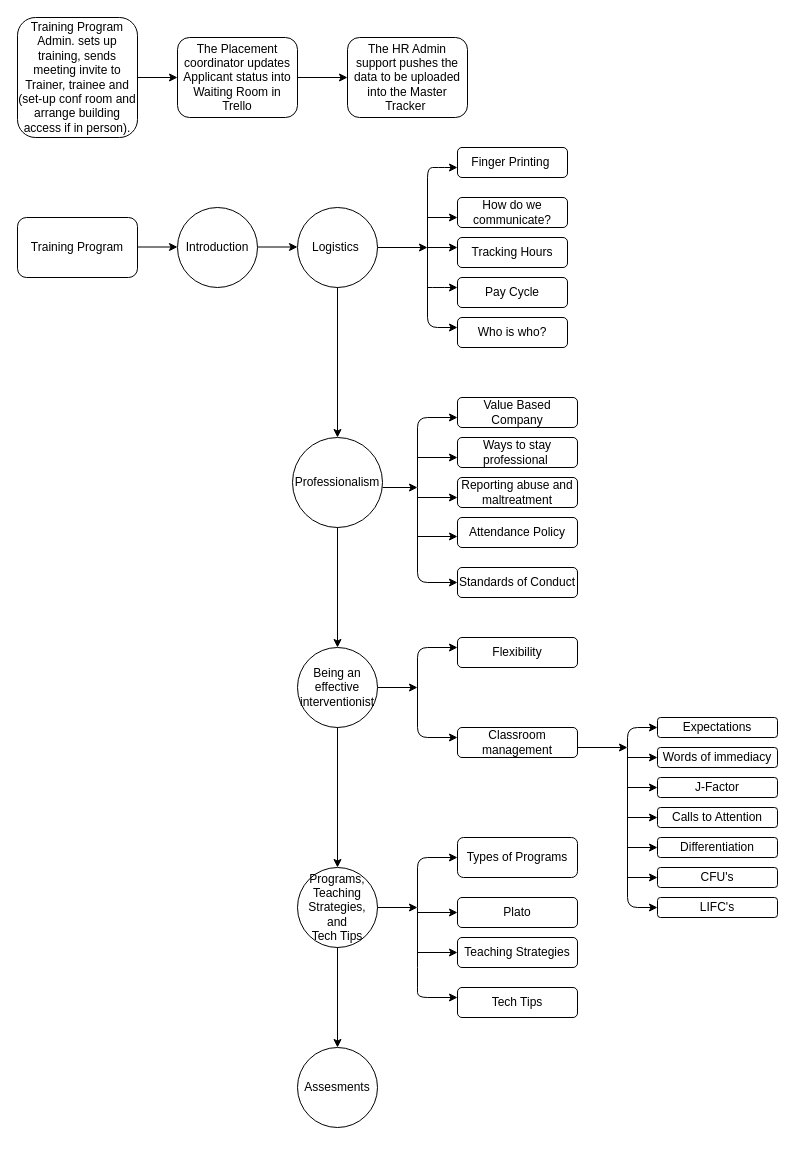
Earlier version of the draw.io diagram Training Diagram.drawio (MatzKing/share-course). Source tidied: cells renumbered, new cells numbered last; positions are measured from the earlier drawing's top-left corner, leaving out a move shared by most shapes. Both pictures are drawn from the tidied source at 100%, with x=0, y=0 at pixel (17, 17).
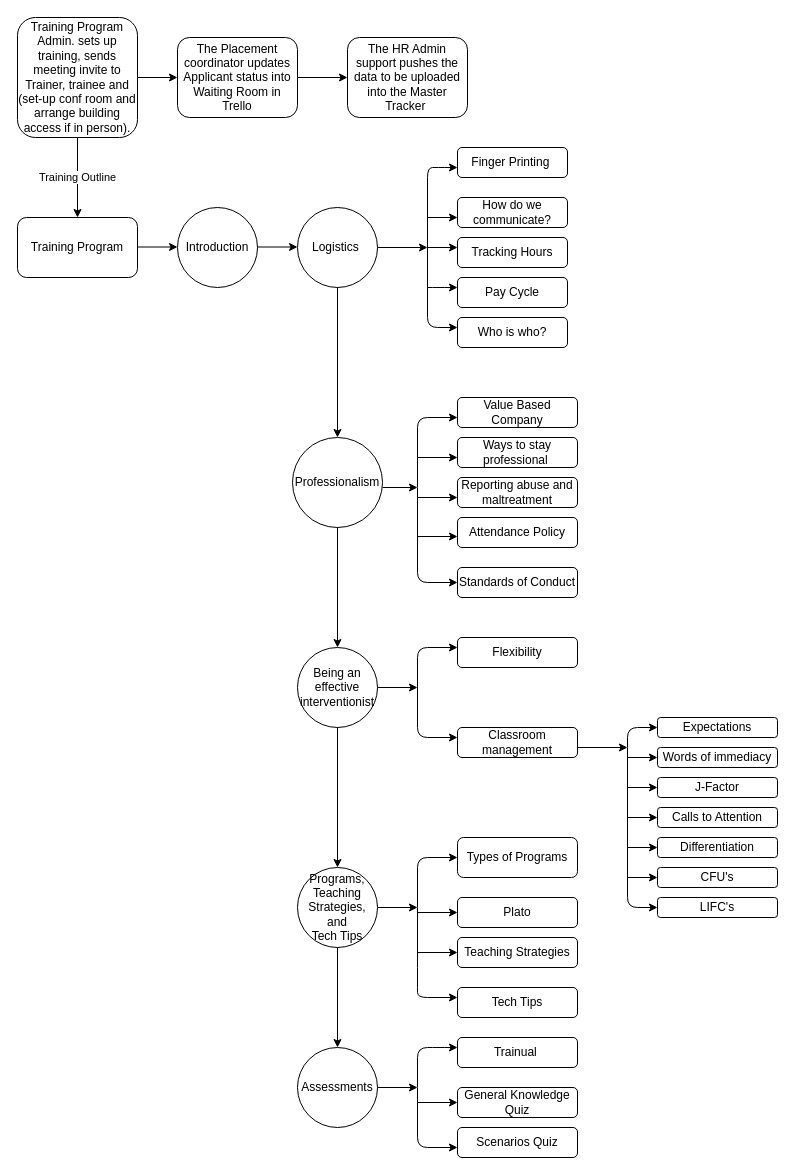
After the change.

The change refers to these unchanged cells:
```xml
<mxCell id="2" value="Training Program Admin. sets up training, sends meeting invite to Trainer, trainee and (set-up conf room and arrange building access if in person)." style="rounded=1;whiteSpace=wrap;html=1;" parent="1" vertex="1">
  <mxGeometry width="120" height="120" as="geometry" />
</mxCell>
<mxCell id="7" value="Training Program" style="rounded=1;whiteSpace=wrap;html=1;" parent="1" vertex="1">
  <mxGeometry y="200" width="120" height="60" as="geometry" />
</mxCell>
```

Diff of the diagram source:
```diff
@@
-    <mxCell id="69" value="Assesments" style="ellipse;whiteSpace=wrap;html=1;" parent="1" vertex="1">
+    <mxCell id="69" value="Assessments" style="ellipse;whiteSpace=wrap;html=1;" parent="1" vertex="1">
       <mxGeometry x="280" y="1030" width="80" height="80" as="geometry" />
     </mxCell>
@@
+    <mxCell id="71" style="endArrow=classic;html=1;" parent="1" edge="1">
+      <mxGeometry relative="1" as="geometry">
+        <mxPoint x="360" y="1070" as="sourcePoint" />
+        <mxPoint x="400" y="1070" as="targetPoint" />
+      </mxGeometry>
+    </mxCell>
+    <mxCell id="72" style="endArrow=classic;html=1;" parent="1" edge="1">
+      <mxGeometry relative="1" as="geometry">
+        <mxPoint x="400" y="1070" as="sourcePoint" />
+        <mxPoint x="440" y="1030" as="targetPoint" />
+        <Array as="points">
+          <mxPoint x="400" y="1030" />
+          <mxPoint x="420" y="1030" />
+        </Array>
+      </mxGeometry>
+    </mxCell>
+    <mxCell id="73" style="endArrow=classic;html=1;" parent="1" edge="1">
+      <mxGeometry relative="1" as="geometry">
+        <mxPoint x="400" y="1070" as="sourcePoint" />
+        <mxPoint x="440" y="1130" as="targetPoint" />
+        <Array as="points">
+          <mxPoint x="400" y="1130" />
+        </Array>
+      </mxGeometry>
+    </mxCell>
+    <mxCell id="74" value="Trainual&amp;nbsp;" style="rounded=1;whiteSpace=wrap;html=1;" parent="1" vertex="1">
+      <mxGeometry x="440" y="1020" width="120" height="30" as="geometry" />
+    </mxCell>
+    <mxCell id="75" value="Scenarios Quiz" style="rounded=1;whiteSpace=wrap;html=1;" parent="1" vertex="1">
+      <mxGeometry x="440" y="1110" width="120" height="30" as="geometry" />
+    </mxCell>
+    <mxCell id="76" value="General Knowledge Quiz" style="rounded=1;whiteSpace=wrap;html=1;" parent="1" vertex="1">
+      <mxGeometry x="440" y="1070" width="120" height="30" as="geometry" />
+    </mxCell>
+    <mxCell id="77" style="endArrow=classic;html=1;entryX=0;entryY=0.5;entryDx=0;entryDy=0;" parent="1" edge="1" target="76">
+      <mxGeometry relative="1" as="geometry">
+        <mxPoint x="400" y="1085" as="sourcePoint" />
+      </mxGeometry>
+    </mxCell>
+    <mxCell id="78" value="Training Outline" style="endArrow=classic;html=1;entryX=0.5;entryY=0;entryDx=0;entryDy=0;exitX=0.5;exitY=1;exitDx=0;exitDy=0;" parent="1" edge="1" source="2" target="7">
+      <mxGeometry relative="1" as="geometry" />
+    </mxCell>
```
